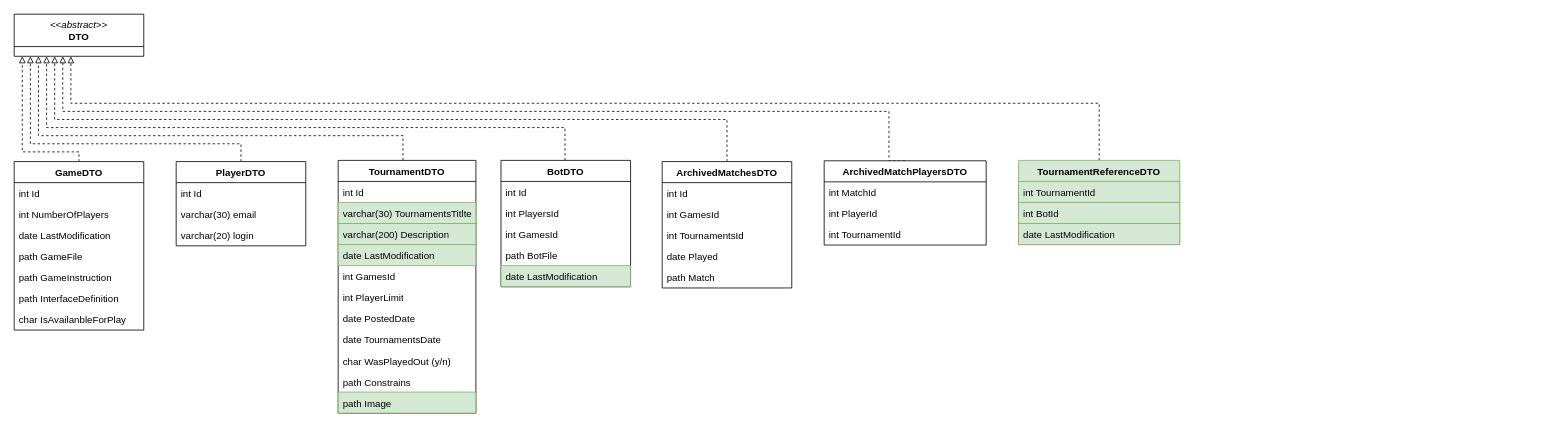
Above: page "Plan Bazy Danych" (2 of 4) of docs/System Architecture.drawio in jordus100/Bot-Wars-front (draw.io), before the change. Source tidied: cells renumbered, new cells numbered last; positions are measured from the earlier drawing's top-left corner, leaving out a move shared by most shapes. Both pictures are drawn from the tidied source at 81%, with x=0, y=0 at pixel (14, 14).
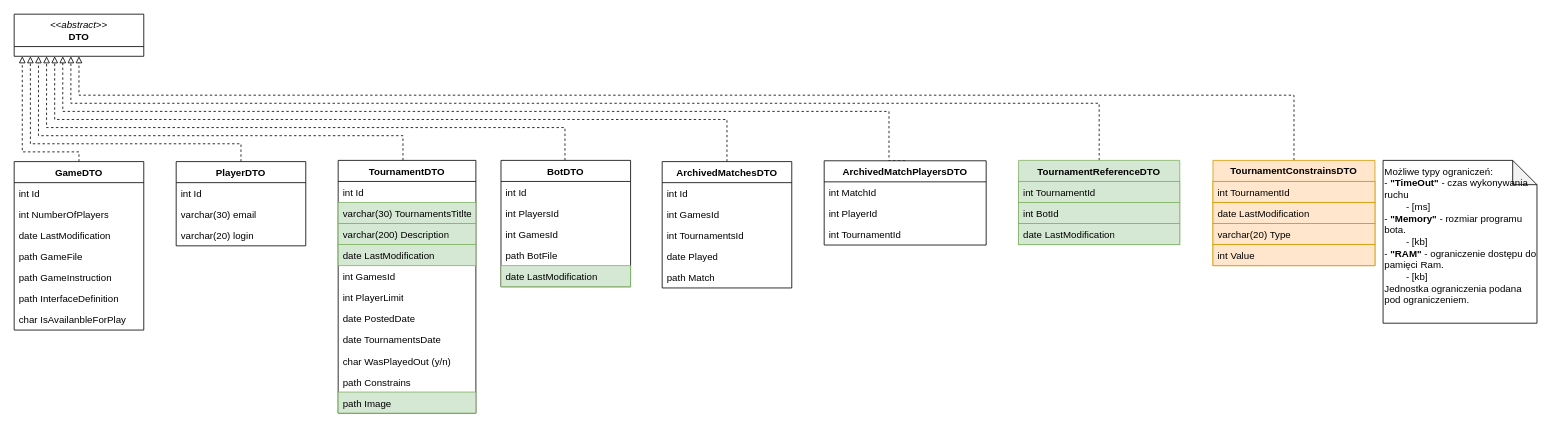
Above is the later version.

Unchanged cells that the change refers to:
```xml
<mxCell id="2" value="&lt;i style=&quot;&quot;&gt;&amp;lt;&amp;lt;abstract&amp;gt;&amp;gt;&lt;/i&gt;&lt;br&gt;&lt;b&gt;DTO&lt;/b&gt;" style="swimlane;fontStyle=0;horizontal=1;startSize=40;fillColor=none;whiteSpace=wrap;html=1;" parent="1" vertex="1">
  <mxGeometry width="160" height="52" as="geometry" />
</mxCell>
```

Change to the diagram source:
```diff
@@
+    <mxCell id="54" style="edgeStyle=orthogonalEdgeStyle;rounded=0;jettySize=auto;html=1;exitX=0.5;exitY=0;exitDx=0;exitDy=0;endArrow=block;endFill=0;dashed=1;" parent="1" edge="1" source="55" target="2">
+      <mxGeometry relative="1" as="geometry">
+        <Array as="points">
+          <mxPoint x="1580" y="100" />
+          <mxPoint x="80" y="100" />
+        </Array>
+      </mxGeometry>
+    </mxCell>
+    <mxCell id="55" value="&lt;b&gt;TournamentConstrainsDTO&lt;/b&gt;" style="swimlane;fontStyle=0;horizontal=1;startSize=26;fillColor=#ffe6cc;whiteSpace=wrap;html=1;strokeColor=#d79b00;" parent="1" vertex="1">
+      <mxGeometry x="1480" y="180.5" width="200" height="130" as="geometry" />
+    </mxCell>
+    <mxCell id="56" value="int TournamentId" style="text;strokeColor=#d79b00;fillColor=#ffe6cc;align=left;verticalAlign=top;spacingLeft=4;spacingRight=4;overflow=hidden;whiteSpace=wrap;html=1;" parent="55" vertex="1">
+      <mxGeometry y="26" width="200" height="26" as="geometry" />
+    </mxCell>
+    <mxCell id="57" value="date LastModification" style="text;strokeColor=#d79b00;fillColor=#ffe6cc;align=left;verticalAlign=top;spacingLeft=4;spacingRight=4;overflow=hidden;whiteSpace=wrap;html=1;" parent="55" vertex="1">
+      <mxGeometry y="52" width="200" height="26" as="geometry" />
+    </mxCell>
+    <mxCell id="58" value="varchar(20) Type" style="text;strokeColor=#d79b00;fillColor=#ffe6cc;align=left;verticalAlign=top;spacingLeft=4;spacingRight=4;overflow=hidden;whiteSpace=wrap;html=1;" parent="55" vertex="1">
+      <mxGeometry y="78" width="200" height="26" as="geometry" />
+    </mxCell>
+    <mxCell id="59" value="int Value" style="text;strokeColor=#d79b00;fillColor=#ffe6cc;align=left;verticalAlign=top;spacingLeft=4;spacingRight=4;overflow=hidden;whiteSpace=wrap;html=1;" parent="55" vertex="1">
+      <mxGeometry y="104" width="200" height="26" as="geometry" />
+    </mxCell>
+    <mxCell id="60" value="Możliwe typy ograniczeń:&lt;br&gt;- &lt;b&gt;&quot;TimeOut&quot;&lt;/b&gt; - czas wykonywania ruchu&lt;br&gt;&lt;span style=&quot;white-space: pre;&quot;&gt;&#9;&lt;/span&gt;- [ms]&lt;br&gt;- &lt;b&gt;&quot;Memory&quot;&lt;/b&gt; - rozmiar programu bota.&lt;br&gt;&lt;span style=&quot;white-space: pre;&quot;&gt;&#9;&lt;/span&gt;- [kb]&lt;br&gt;- &lt;b&gt;&quot;RAM&quot;&lt;/b&gt; - ograniczenie dostępu do pamięci Ram.&amp;nbsp;&lt;br&gt;&lt;span style=&quot;white-space: pre;&quot;&gt;&#9;&lt;/span&gt;- [kb]&lt;br&gt;Jednostka ograniczenia podana pod ograniczeniem." style="shape=note;whiteSpace=wrap;html=1;backgroundOutline=1;darkOpacity=0.05;align=left;verticalAlign=top;" parent="1" vertex="1">
+      <mxGeometry x="1690" y="180.5" width="190" height="201" as="geometry" />
+    </mxCell>
```
